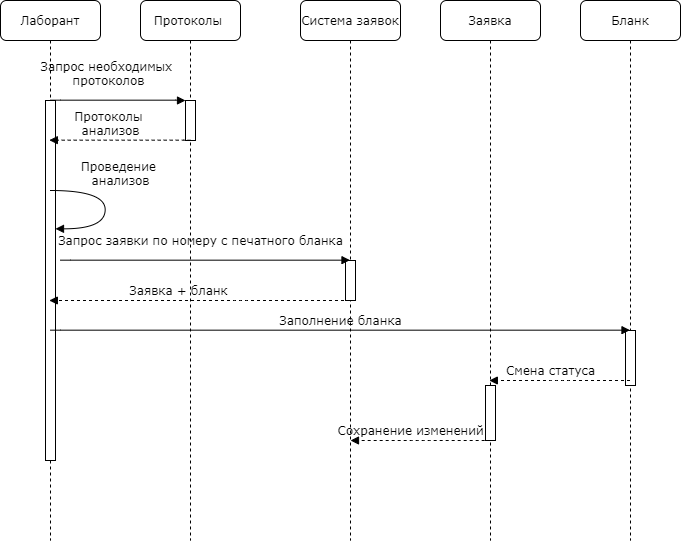
Earlier version of the draw.io export Process4.png (mariarheon/LaboratoryService). Source tidied: cells renumbered, new cells last; positions are measured from the earlier drawing's top-left corner, leaving out a move shared by most shapes. Source of this version:
```xml
<mxGraphModel background="#ffffff">
  <root>
    <mxCell id="0" />
    <mxCell id="1" parent="0" />
    <mxCell id="2" value="Протоколы&amp;nbsp;" style="shape=umlLifeline;perimeter=lifelinePerimeter;whiteSpace=wrap;html=1;rounded=1;shadow=0;comic=0;labelBackgroundColor=none;strokeWidth=1;fontFamily=Verdana;fontSize=12;align=center;" parent="1" vertex="1">
      <mxGeometry x="140" width="100" height="540" as="geometry" />
    </mxCell>
    <mxCell id="3" style="html=1;points=[];perimeter=orthogonalPerimeter;rounded=0;shadow=0;comic=0;labelBackgroundColor=none;strokeWidth=1;fontFamily=Verdana;fontSize=12;align=center;" parent="2" vertex="1">
      <mxGeometry x="45" y="100" width="10" height="40" as="geometry" />
    </mxCell>
    <mxCell id="4" value="Система заявок" style="shape=umlLifeline;perimeter=lifelinePerimeter;whiteSpace=wrap;html=1;outlineConnect=0;rounded=1;shadow=0;comic=0;labelBackgroundColor=none;strokeWidth=1;fontFamily=Verdana;fontSize=12;align=center;" parent="1" vertex="1">
      <mxGeometry x="300" width="100" height="540" as="geometry" />
    </mxCell>
    <mxCell id="5" style="html=1;perimeter=orthogonalPerimeter;rounded=0;shadow=0;comic=0;labelBackgroundColor=none;strokeWidth=1;fontFamily=Verdana;fontSize=12;align=center;" parent="4" vertex="1">
      <mxGeometry x="45" y="260" width="10" height="40" as="geometry" />
    </mxCell>
    <mxCell id="6" value="Заявка" style="shape=umlLifeline;perimeter=lifelinePerimeter;whiteSpace=wrap;html=1;outlineConnect=0;rounded=1;shadow=0;comic=0;labelBackgroundColor=none;strokeWidth=1;fontFamily=Verdana;fontSize=12;align=center;" parent="1" vertex="1">
      <mxGeometry x="440" width="100" height="540" as="geometry" />
    </mxCell>
    <mxCell id="7" style="html=1;points=[];perimeter=orthogonalPerimeter;rounded=0;shadow=0;comic=0;labelBackgroundColor=none;strokeWidth=1;fontFamily=Verdana;fontSize=12;align=center;" parent="6" vertex="1">
      <mxGeometry x="45" y="385" width="10" height="55" as="geometry" />
    </mxCell>
    <mxCell id="8" value="Бланк" style="shape=umlLifeline;perimeter=lifelinePerimeter;whiteSpace=wrap;html=1;outlineConnect=0;rounded=1;shadow=0;comic=0;labelBackgroundColor=none;strokeWidth=1;fontFamily=Verdana;fontSize=12;align=center;" parent="1" vertex="1">
      <mxGeometry x="580" width="100" height="540" as="geometry" />
    </mxCell>
    <mxCell id="9" style="html=1;points=[];perimeter=orthogonalPerimeter;rounded=0;shadow=0;comic=0;labelBackgroundColor=none;strokeWidth=1;fontFamily=Verdana;fontSize=12;align=center;" parent="8" vertex="1">
      <mxGeometry x="45" y="330" width="10" height="55" as="geometry" />
    </mxCell>
    <mxCell id="10" value="Лаборант" style="shape=umlLifeline;perimeter=lifelinePerimeter;whiteSpace=wrap;html=1;outlineConnect=0;rounded=1;shadow=0;comic=0;labelBackgroundColor=none;strokeWidth=1;fontFamily=Verdana;fontSize=12;align=center;" parent="1" vertex="1">
      <mxGeometry width="100" height="540" as="geometry" />
    </mxCell>
    <mxCell id="11" style="html=1;points=[];perimeter=orthogonalPerimeter;rounded=0;shadow=0;comic=0;labelBackgroundColor=none;strokeWidth=1;fontFamily=Verdana;fontSize=12;align=center;" parent="10" vertex="1">
      <mxGeometry x="45" y="100" width="10" height="360" as="geometry" />
    </mxCell>
    <mxCell id="12" value="Запрос необходимых &lt;br&gt;протоколов" style="html=1;verticalAlign=bottom;endArrow=block;entryX=0;entryY=0;labelBackgroundColor=none;fontFamily=Verdana;fontSize=12;edgeStyle=elbowEdgeStyle;elbow=vertical;" parent="1" edge="1" source="11">
      <mxGeometry y="14" relative="1" as="geometry">
        <mxPoint x="185" y="100" as="targetPoint" />
        <mxPoint x="-10" y="4" as="offset" />
      </mxGeometry>
    </mxCell>
    <mxCell id="13" value="Проведение&amp;nbsp;&lt;br&gt;анализов" style="html=1;verticalAlign=bottom;endArrow=block;labelBackgroundColor=none;fontFamily=Verdana;fontSize=12;elbow=vertical;edgeStyle=orthogonalEdgeStyle;curved=1;entryX=1;entryY=0.286;entryPerimeter=0;exitX=1.038;exitY=0.345;exitPerimeter=0;" parent="1" edge="1">
      <mxGeometry x="-0.23" y="15" relative="1" as="geometry">
        <mxPoint x="50" y="190" as="sourcePoint" />
        <mxPoint x="55" y="228.3" as="targetPoint" />
        <Array as="points">
          <mxPoint x="104.7" y="190" />
          <mxPoint x="104.7" y="228" />
        </Array>
      </mxGeometry>
    </mxCell>
    <mxCell id="14" value="Протоколы&amp;nbsp;&lt;br&gt;анализов" style="html=1;verticalAlign=bottom;endArrow=block;labelBackgroundColor=none;fontFamily=Verdana;fontSize=12;edgeStyle=elbowEdgeStyle;elbow=vertical;dashed=1;" parent="1" edge="1" target="10">
      <mxGeometry x="0.14" relative="1" as="geometry">
        <mxPoint x="190" y="140" as="sourcePoint" />
      </mxGeometry>
    </mxCell>
    <mxCell id="15" value="Запрос заявки по номеру с печатного бланка" style="html=1;verticalAlign=bottom;endArrow=block;labelBackgroundColor=none;fontFamily=Verdana;fontSize=12;edgeStyle=elbowEdgeStyle;elbow=vertical;" parent="1" edge="1" target="4">
      <mxGeometry x="-0.03" y="10" relative="1" as="geometry">
        <mxPoint x="60" y="260" as="sourcePoint" />
      </mxGeometry>
    </mxCell>
    <mxCell id="16" value="Заявка + бланк" style="html=1;verticalAlign=bottom;endArrow=block;labelBackgroundColor=none;fontFamily=Verdana;fontSize=12;edgeStyle=elbowEdgeStyle;elbow=vertical;dashed=1;" parent="1" edge="1" source="4" target="10">
      <mxGeometry x="0.14" relative="1" as="geometry">
        <Array as="points">
          <mxPoint x="240" y="300" />
          <mxPoint x="270" y="360" />
        </Array>
      </mxGeometry>
    </mxCell>
    <mxCell id="17" value="Заполнение бланка" style="html=1;verticalAlign=bottom;endArrow=block;labelBackgroundColor=none;fontFamily=Verdana;fontSize=12;edgeStyle=elbowEdgeStyle;elbow=vertical;" parent="1" edge="1" target="8">
      <mxGeometry relative="1" as="geometry">
        <mxPoint x="50" y="330" as="sourcePoint" />
      </mxGeometry>
    </mxCell>
    <mxCell id="18" value="Смена статуса" style="html=1;verticalAlign=bottom;endArrow=block;labelBackgroundColor=none;fontFamily=Verdana;fontSize=12;edgeStyle=elbowEdgeStyle;elbow=vertical;dashed=1;" parent="1" edge="1" source="8" target="6">
      <mxGeometry x="0.14" relative="1" as="geometry">
        <Array as="points">
          <mxPoint x="560" y="380" />
          <mxPoint x="470.5" y="440" />
        </Array>
      </mxGeometry>
    </mxCell>
    <mxCell id="19" value="Сохранение изменений" style="html=1;verticalAlign=bottom;endArrow=block;labelBackgroundColor=none;fontFamily=Verdana;fontSize=12;edgeStyle=elbowEdgeStyle;elbow=vertical;dashed=1;" parent="1" edge="1">
      <mxGeometry x="0.14" relative="1" as="geometry">
        <mxPoint x="490.2" y="440" as="sourcePoint" />
        <mxPoint x="350" y="440" as="targetPoint" />
        <Array as="points">
          <mxPoint x="420.7" y="440" />
          <mxPoint x="331.2" y="500" />
        </Array>
      </mxGeometry>
    </mxCell>
  </root>
</mxGraphModel>
```
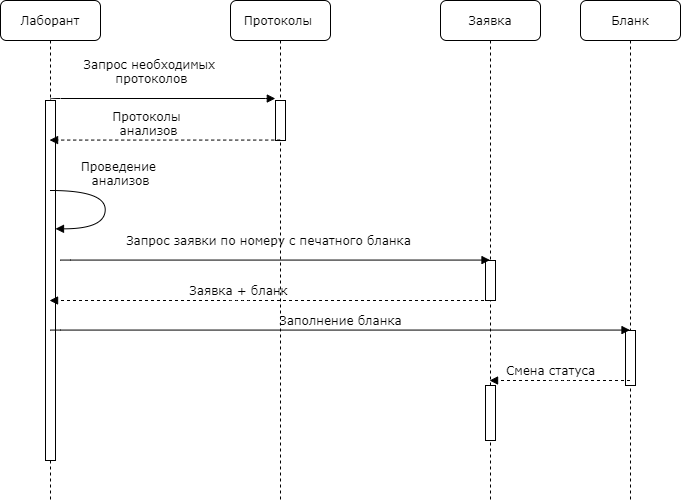
Above is the later version.

What changed in the source:
```diff
@@ -3,91 +3,78 @@
     <mxCell id="0" />
     <mxCell id="1" parent="0" />
     <mxCell id="2" value="Протоколы&amp;nbsp;" style="shape=umlLifeline;perimeter=lifelinePerimeter;whiteSpace=wrap;html=1;rounded=1;shadow=0;comic=0;labelBackgroundColor=none;strokeWidth=1;fontFamily=Verdana;fontSize=12;align=center;" parent="1" vertex="1">
-      <mxGeometry x="140" width="100" height="540" as="geometry" />
+      <mxGeometry x="230" width="100" height="500" as="geometry" />
     </mxCell>
     <mxCell id="3" style="html=1;points=[];perimeter=orthogonalPerimeter;rounded=0;shadow=0;comic=0;labelBackgroundColor=none;strokeWidth=1;fontFamily=Verdana;fontSize=12;align=center;" parent="2" vertex="1">
       <mxGeometry x="45" y="100" width="10" height="40" as="geometry" />
     </mxCell>
-    <mxCell id="4" value="Система заявок" style="shape=umlLifeline;perimeter=lifelinePerimeter;whiteSpace=wrap;html=1;outlineConnect=0;rounded=1;shadow=0;comic=0;labelBackgroundColor=none;strokeWidth=1;fontFamily=Verdana;fontSize=12;align=center;" parent="1" vertex="1">
-      <mxGeometry x="300" width="100" height="540" as="geometry" />
+    <mxCell id="4" value="Заявка" style="shape=umlLifeline;perimeter=lifelinePerimeter;whiteSpace=wrap;html=1;outlineConnect=0;rounded=1;shadow=0;comic=0;labelBackgroundColor=none;strokeWidth=1;fontFamily=Verdana;fontSize=12;align=center;" parent="1" vertex="1">
+      <mxGeometry x="440" width="100" height="500" as="geometry" />
     </mxCell>
     <mxCell id="5" style="html=1;perimeter=orthogonalPerimeter;rounded=0;shadow=0;comic=0;labelBackgroundColor=none;strokeWidth=1;fontFamily=Verdana;fontSize=12;align=center;" parent="4" vertex="1">
-      <mxGeometry x="45" y="260" width="10" height="40" as="geometry" />
+      <mxGeometry x="45" y="385" width="10" height="55" as="geometry" />
     </mxCell>
-    <mxCell id="6" value="Заявка" style="shape=umlLifeline;perimeter=lifelinePerimeter;whiteSpace=wrap;html=1;outlineConnect=0;rounded=1;shadow=0;comic=0;labelBackgroundColor=none;strokeWidth=1;fontFamily=Verdana;fontSize=12;align=center;" parent="1" vertex="1">
-      <mxGeometry x="440" width="100" height="540" as="geometry" />
+    <mxCell id="6" style="html=1;points=[];perimeter=orthogonalPerimeter;rounded=0;shadow=0;comic=0;labelBackgroundColor=none;strokeWidth=1;fontFamily=Verdana;fontSize=12;align=center;" parent="4" vertex="1">
+      <mxGeometry x="45" y="260" width="10" height="40" as="geometry" />
     </mxCell>
-    <mxCell id="7" style="html=1;points=[];perimeter=orthogonalPerimeter;rounded=0;shadow=0;comic=0;labelBackgroundColor=none;strokeWidth=1;fontFamily=Verdana;fontSize=12;align=center;" parent="6" vertex="1">
-      <mxGeometry x="45" y="385" width="10" height="55" as="geometry" />
+    <mxCell id="7" value="Бланк" style="shape=umlLifeline;perimeter=lifelinePerimeter;whiteSpace=wrap;html=1;outlineConnect=0;rounded=1;shadow=0;comic=0;labelBackgroundColor=none;strokeWidth=1;fontFamily=Verdana;fontSize=12;align=center;" parent="1" vertex="1">
+      <mxGeometry x="580" width="100" height="500" as="geometry" />
     </mxCell>
-    <mxCell id="8" value="Бланк" style="shape=umlLifeline;perimeter=lifelinePerimeter;whiteSpace=wrap;html=1;outlineConnect=0;rounded=1;shadow=0;comic=0;labelBackgroundColor=none;strokeWidth=1;fontFamily=Verdana;fontSize=12;align=center;" parent="1" vertex="1">
-      <mxGeometry x="580" width="100" height="540" as="geometry" />
+    <mxCell id="8" style="html=1;points=[];perimeter=orthogonalPerimeter;rounded=0;shadow=0;comic=0;labelBackgroundColor=none;strokeWidth=1;fontFamily=Verdana;fontSize=12;align=center;" parent="7" vertex="1">
+      <mxGeometry x="45" y="330" width="10" height="55" as="geometry" />
     </mxCell>
-    <mxCell id="9" style="html=1;points=[];perimeter=orthogonalPerimeter;rounded=0;shadow=0;comic=0;labelBackgroundColor=none;strokeWidth=1;fontFamily=Verdana;fontSize=12;align=center;" parent="8" vertex="1">
-      <mxGeometry x="45" y="330" width="10" height="55" as="geometry" />
+    <mxCell id="9" value="Лаборант" style="shape=umlLifeline;perimeter=lifelinePerimeter;whiteSpace=wrap;html=1;outlineConnect=0;rounded=1;shadow=0;comic=0;labelBackgroundColor=none;strokeWidth=1;fontFamily=Verdana;fontSize=12;align=center;" parent="1" vertex="1">
+      <mxGeometry width="100" height="500" as="geometry" />
     </mxCell>
-    <mxCell id="10" value="Лаборант" style="shape=umlLifeline;perimeter=lifelinePerimeter;whiteSpace=wrap;html=1;outlineConnect=0;rounded=1;shadow=0;comic=0;labelBackgroundColor=none;strokeWidth=1;fontFamily=Verdana;fontSize=12;align=center;" parent="1" vertex="1">
-      <mxGeometry width="100" height="540" as="geometry" />
+    <mxCell id="10" style="html=1;points=[];perimeter=orthogonalPerimeter;rounded=0;shadow=0;comic=0;labelBackgroundColor=none;strokeWidth=1;fontFamily=Verdana;fontSize=12;align=center;" parent="9" vertex="1">
+      <mxGeometry x="45" y="100" width="10" height="360" as="geometry" />
     </mxCell>
-    <mxCell id="11" style="html=1;points=[];perimeter=orthogonalPerimeter;rounded=0;shadow=0;comic=0;labelBackgroundColor=none;strokeWidth=1;fontFamily=Verdana;fontSize=12;align=center;" parent="10" vertex="1">
-      <mxGeometry x="45" y="100" width="10" height="360" as="geometry" />
+    <mxCell id="11" value="Запрос необходимых &lt;br&gt;протоколов" style="html=1;verticalAlign=bottom;endArrow=block;entryX=-0.018;entryY=-0.049;labelBackgroundColor=none;fontFamily=Verdana;fontSize=12;edgeStyle=elbowEdgeStyle;elbow=vertical;entryDx=0;entryDy=0;entryPerimeter=0;" parent="1" edge="1" source="10" target="3">
+      <mxGeometry y="14" relative="1" as="geometry">
+        <Array as="points">
+          <mxPoint x="270" y="98" />
+        </Array>
+        <mxPoint x="-10" y="4" as="offset" />
+      </mxGeometry>
     </mxCell>
-    <mxCell id="12" value="Запрос необходимых &lt;br&gt;протоколов" style="html=1;verticalAlign=bottom;endArrow=block;entryX=0;entryY=0;labelBackgroundColor=none;fontFamily=Verdana;fontSize=12;edgeStyle=elbowEdgeStyle;elbow=vertical;" parent="1" edge="1" source="11">
-      <mxGeometry y="14" relative="1" as="geometry">
-        <mxPoint x="185" y="100" as="targetPoint" />
-        <mxPoint x="-10" y="4" as="offset" />
+    <mxCell id="12" value="Проведение&amp;nbsp;&lt;br&gt;анализов" style="html=1;verticalAlign=bottom;endArrow=block;labelBackgroundColor=none;fontFamily=Verdana;fontSize=12;elbow=vertical;edgeStyle=orthogonalEdgeStyle;curved=1;entryX=1;entryY=0.286;entryPerimeter=0;exitX=1.038;exitY=0.345;exitPerimeter=0;" parent="1" edge="1">
+      <mxGeometry x="-0.23" y="15" relative="1" as="geometry">
+        <mxPoint x="50" y="190" as="sourcePoint" />
+        <mxPoint x="55" y="228.3" as="targetPoint" />
+        <Array as="points">
+          <mxPoint x="104.7" y="190" />
+          <mxPoint x="104.7" y="228" />
+        </Array>
       </mxGeometry>
     </mxCell>
-    <mxCell id="13" value="Проведение&amp;nbsp;&lt;br&gt;анализов" style="html=1;verticalAlign=bottom;endArrow=block;labelBackgroundColor=none;fontFamily=Verdana;fontSize=12;elbow=vertical;edgeStyle=orthogonalEdgeStyle;curved=1;entryX=1;entryY=0.286;entryPerimeter=0;exitX=1.038;exitY=0.345;exitPerimeter=0;" parent="1" edge="1">
-      <mxGeometry x="-0.23" y="15" relative="1" as="geometry">
-        <mxPoint x="50" y="190" as="sourcePoint" />
-        <mxPoint x="55" y="228.3" as="targetPoint" />
-        <Array as="points">
-          <mxPoint x="104.7" y="190" />
-          <mxPoint x="104.7" y="228" />
-        </Array>
-      </mxGeometry>
+    <mxCell id="13" value="Протоколы&amp;nbsp;&lt;br&gt;анализов" style="html=1;verticalAlign=bottom;endArrow=block;labelBackgroundColor=none;fontFamily=Verdana;fontSize=12;edgeStyle=elbowEdgeStyle;elbow=vertical;dashed=1;exitX=0.453;exitY=0.981;exitDx=0;exitDy=0;exitPerimeter=0;" parent="1" edge="1" source="3" target="9">
+      <mxGeometry x="0.14" relative="1" as="geometry" />
     </mxCell>
-    <mxCell id="14" value="Протоколы&amp;nbsp;&lt;br&gt;анализов" style="html=1;verticalAlign=bottom;endArrow=block;labelBackgroundColor=none;fontFamily=Verdana;fontSize=12;edgeStyle=elbowEdgeStyle;elbow=vertical;dashed=1;" parent="1" edge="1" target="10">
-      <mxGeometry x="0.14" relative="1" as="geometry">
-        <mxPoint x="190" y="140" as="sourcePoint" />
+    <mxCell id="14" value="Запрос заявки по номеру с печатного бланка" style="html=1;verticalAlign=bottom;endArrow=block;labelBackgroundColor=none;fontFamily=Verdana;fontSize=12;edgeStyle=elbowEdgeStyle;elbow=vertical;" parent="1" edge="1" target="4">
+      <mxGeometry x="-0.03" y="10" relative="1" as="geometry">
+        <mxPoint x="60" y="260" as="sourcePoint" />
       </mxGeometry>
     </mxCell>
-    <mxCell id="15" value="Запрос заявки по номеру с печатного бланка" style="html=1;verticalAlign=bottom;endArrow=block;labelBackgroundColor=none;fontFamily=Verdana;fontSize=12;edgeStyle=elbowEdgeStyle;elbow=vertical;" parent="1" edge="1" target="4">
-      <mxGeometry x="-0.03" y="10" relative="1" as="geometry">
-        <mxPoint x="60" y="260" as="sourcePoint" />
+    <mxCell id="15" value="Заявка + бланк" style="html=1;verticalAlign=bottom;endArrow=block;labelBackgroundColor=none;fontFamily=Verdana;fontSize=12;edgeStyle=elbowEdgeStyle;elbow=vertical;dashed=1;" parent="1" edge="1" source="4" target="9">
+      <mxGeometry x="0.14" relative="1" as="geometry">
+        <Array as="points">
+          <mxPoint x="240" y="300" />
+          <mxPoint x="270" y="360" />
+        </Array>
       </mxGeometry>
     </mxCell>
-    <mxCell id="16" value="Заявка + бланк" style="html=1;verticalAlign=bottom;endArrow=block;labelBackgroundColor=none;fontFamily=Verdana;fontSize=12;edgeStyle=elbowEdgeStyle;elbow=vertical;dashed=1;" parent="1" edge="1" source="4" target="10">
-      <mxGeometry x="0.14" relative="1" as="geometry">
-        <Array as="points">
-          <mxPoint x="240" y="300" />
-          <mxPoint x="270" y="360" />
-        </Array>
+    <mxCell id="16" value="Заполнение бланка" style="html=1;verticalAlign=bottom;endArrow=block;labelBackgroundColor=none;fontFamily=Verdana;fontSize=12;edgeStyle=elbowEdgeStyle;elbow=vertical;" parent="1" edge="1" target="7">
+      <mxGeometry relative="1" as="geometry">
+        <mxPoint x="50" y="330" as="sourcePoint" />
       </mxGeometry>
     </mxCell>
-    <mxCell id="17" value="Заполнение бланка" style="html=1;verticalAlign=bottom;endArrow=block;labelBackgroundColor=none;fontFamily=Verdana;fontSize=12;edgeStyle=elbowEdgeStyle;elbow=vertical;" parent="1" edge="1" target="8">
-      <mxGeometry relative="1" as="geometry">
-        <mxPoint x="50" y="330" as="sourcePoint" />
+    <mxCell id="17" value="Смена статуса" style="html=1;verticalAlign=bottom;endArrow=block;labelBackgroundColor=none;fontFamily=Verdana;fontSize=12;edgeStyle=elbowEdgeStyle;elbow=vertical;dashed=1;" parent="1" edge="1" source="7" target="4">
+      <mxGeometry x="0.14" relative="1" as="geometry">
+        <Array as="points">
+          <mxPoint x="560" y="380" />
+          <mxPoint x="470.5" y="440" />
+        </Array>
       </mxGeometry>
     </mxCell>
-    <mxCell id="18" value="Смена статуса" style="html=1;verticalAlign=bottom;endArrow=block;labelBackgroundColor=none;fontFamily=Verdana;fontSize=12;edgeStyle=elbowEdgeStyle;elbow=vertical;dashed=1;" parent="1" edge="1" source="8" target="6">
-      <mxGeometry x="0.14" relative="1" as="geometry">
-        <Array as="points">
-          <mxPoint x="560" y="380" />
-          <mxPoint x="470.5" y="440" />
-        </Array>
-      </mxGeometry>
-    </mxCell>
-    <mxCell id="19" value="Сохранение изменений" style="html=1;verticalAlign=bottom;endArrow=block;labelBackgroundColor=none;fontFamily=Verdana;fontSize=12;edgeStyle=elbowEdgeStyle;elbow=vertical;dashed=1;" parent="1" edge="1">
-      <mxGeometry x="0.14" relative="1" as="geometry">
-        <mxPoint x="490.2" y="440" as="sourcePoint" />
-        <mxPoint x="350" y="440" as="targetPoint" />
-        <Array as="points">
-          <mxPoint x="420.7" y="440" />
-          <mxPoint x="331.2" y="500" />
-        </Array>
-      </mxGeometry>
-    </mxCell>
   </root>
 </mxGraphModel>
```
